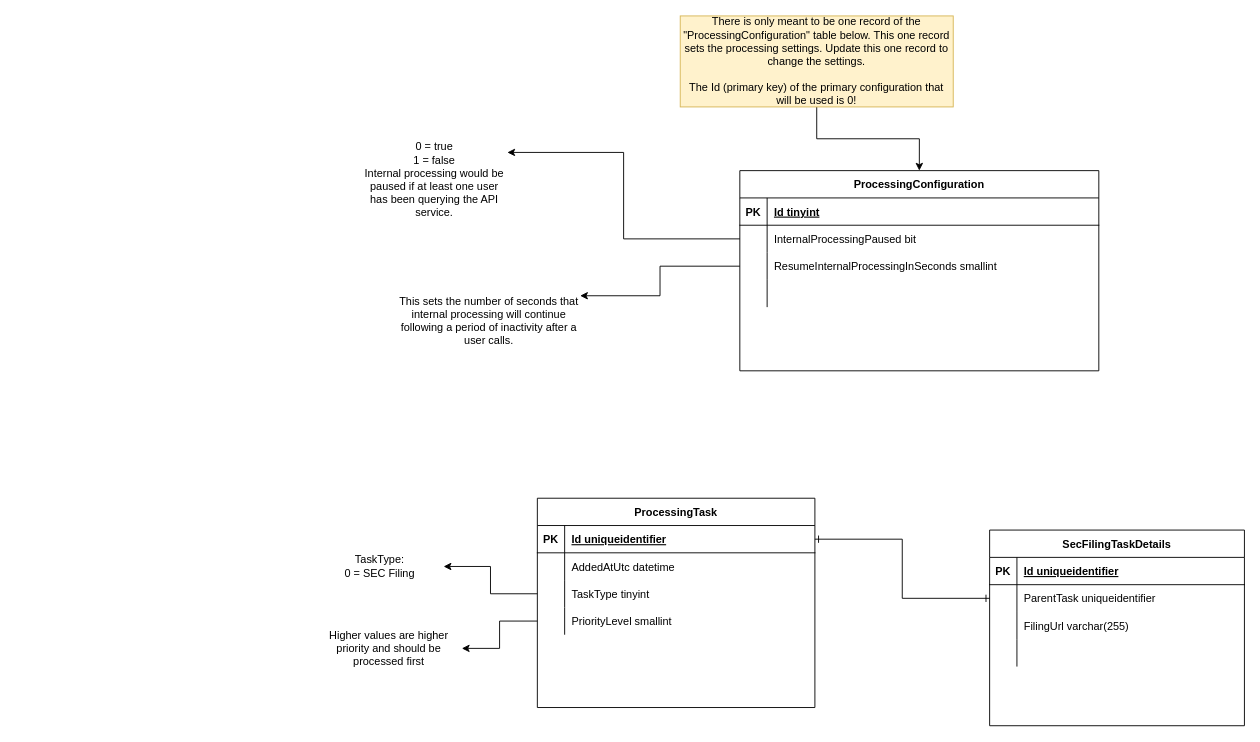
Above: AletheiaProcessingQueueErd.drawio in TimHanewich/Aletheia-Engine-Library (draw.io), before the change. Source tidied: cells renumbered, new cells numbered last; positions are measured from the earlier drawing's top-left corner, leaving out a move shared by most shapes. Both pictures are drawn from the tidied source at 91%, with x=0, y=0 at pixel (316, 15).
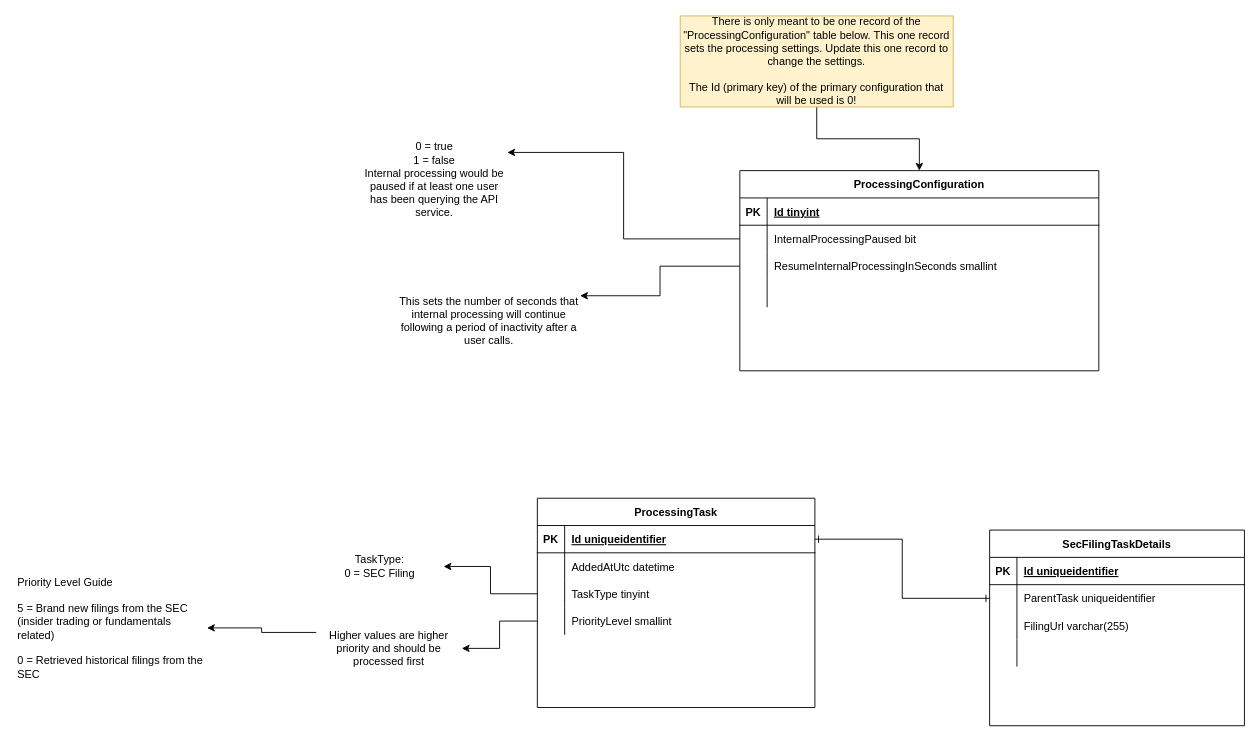
Above is the later version.

Commit message:
Added priority level guide to processing queue ERD

The change refers to these unchanged cells:
```xml
<mxCell id="30" value="Higher values are higher priority and should be processed first" style="text;html=1;strokeColor=none;fillColor=none;align=center;verticalAlign=middle;whiteSpace=wrap;rounded=0;" parent="1" vertex="1">
  <mxGeometry y="660" width="160" height="70" as="geometry" />
</mxCell>
```

What changed in the source:
```diff
@@
+    <mxCell id="52" style="edgeStyle=orthogonalEdgeStyle;rounded=0;jettySize=auto;html=1;exitX=0;exitY=0.25;exitDx=0;exitDy=0;entryX=1;entryY=0.5;entryDx=0;entryDy=0;" parent="1" edge="1" source="30" target="53">
+      <mxGeometry relative="1" as="geometry" />
+    </mxCell>
@@
+    <mxCell id="53" value="Priority Level Guide&lt;br&gt;&lt;br&gt;5 = Brand new filings from the SEC (insider trading or fundamentals related)&lt;br&gt;&lt;br&gt;0 = Retrieved historical filings from the SEC" style="text;html=1;strokeColor=none;fillColor=none;align=left;verticalAlign=middle;whiteSpace=wrap;rounded=0;" parent="1" vertex="1">
+      <mxGeometry x="-330" y="592.5" width="210" height="160" as="geometry" />
+    </mxCell>
```
